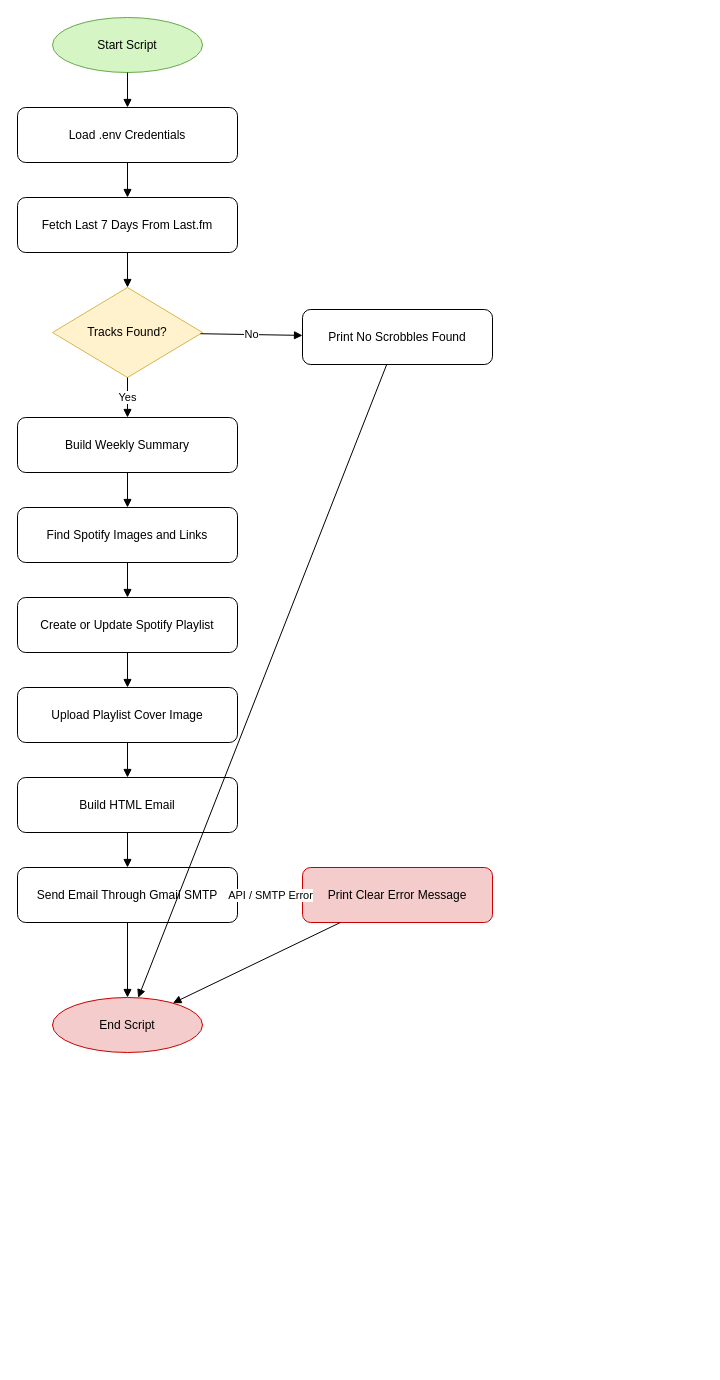
This is documents/detailed-activity-diagram.drawio from melih-yasar/WeeklySpotifyRecap, a draw.io file, before an edit. Source tidied: cells renumbered, new cells numbered last; positions are measured from the earlier drawing's top-left corner, leaving out a move shared by most shapes. Both pictures are drawn from the tidied source at 100%, with x=0, y=0 at pixel (17, 17).
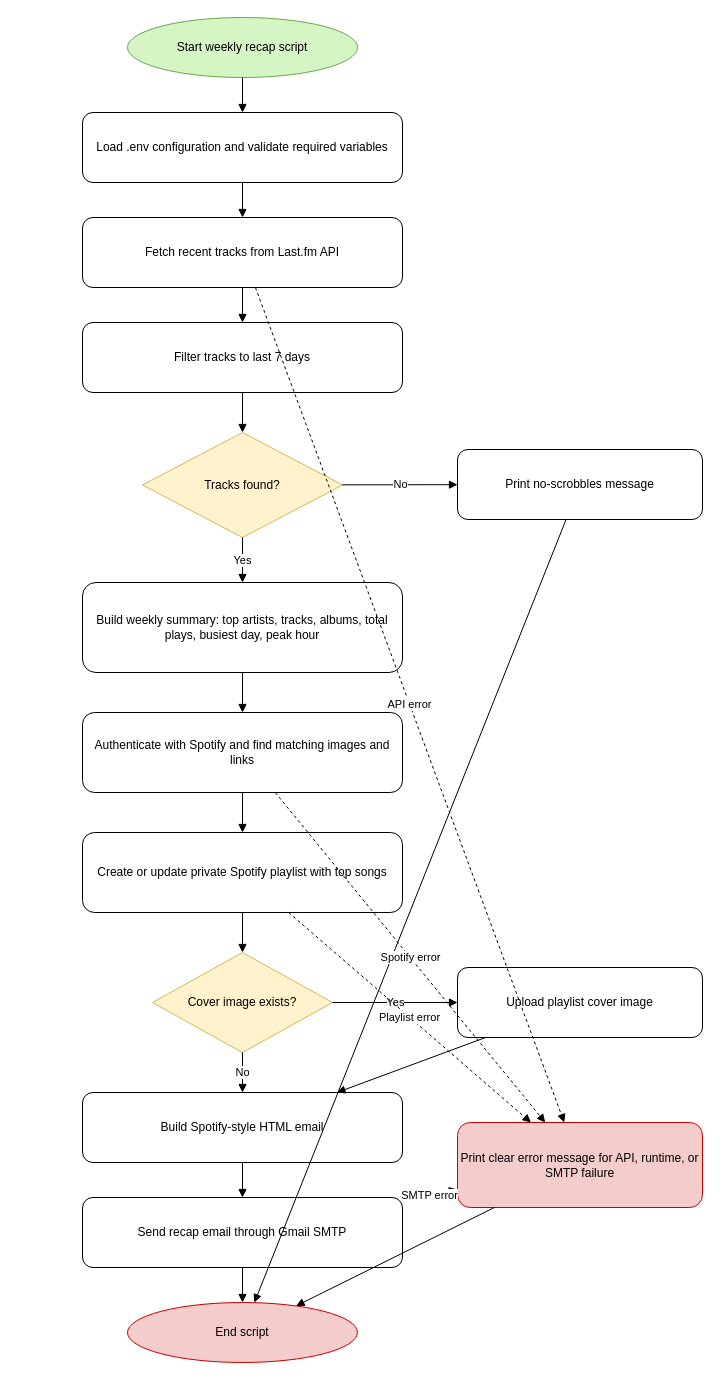
After the change.

Commit message (it also covers changes not shown here):
Improve design documentation diagrams

What changed in the source:
```diff
@@
-    <mxCell id="2" value="Start Script" style="ellipse;whiteSpace=wrap;html=1;fillColor=#d5f5c4;strokeColor=#6aa84f;fontColor=#000000;" parent="1" vertex="1">
-      <mxGeometry x="35" width="150" height="55" as="geometry" />
+    <mxCell id="2" value="Start weekly recap script" style="ellipse;whiteSpace=wrap;html=1;fillColor=#d5f5c4;strokeColor=#6aa84f;fontColor=#000000;" parent="1" vertex="1">
+      <mxGeometry x="110" width="230" height="60" as="geometry" />
     </mxCell>
-    <mxCell id="3" value="Load .env Credentials" style="rounded=1;whiteSpace=wrap;html=1;fillColor=#ffffff;strokeColor=#000000;fontColor=#000000;" parent="1" vertex="1">
-      <mxGeometry y="90" width="220" height="55" as="geometry" />
+    <mxCell id="3" value="Load .env configuration and validate required variables" style="rounded=1;whiteSpace=wrap;html=1;fillColor=#ffffff;strokeColor=#000000;fontColor=#000000;" parent="1" vertex="1">
+      <mxGeometry x="65" y="95" width="320" height="70" as="geometry" />
     </mxCell>
-    <mxCell id="4" value="Fetch Last 7 Days From Last.fm" style="rounded=1;whiteSpace=wrap;html=1;fillColor=#ffffff;strokeColor=#000000;fontColor=#000000;" parent="1" vertex="1">
-      <mxGeometry y="180" width="220" height="55" as="geometry" />
+    <mxCell id="4" value="Fetch recent tracks from Last.fm API" style="rounded=1;whiteSpace=wrap;html=1;fillColor=#ffffff;strokeColor=#000000;fontColor=#000000;" parent="1" vertex="1">
+      <mxGeometry x="65" y="200" width="320" height="70" as="geometry" />
     </mxCell>
+    <mxCell id="29" value="Filter tracks to last 7 days" style="rounded=1;whiteSpace=wrap;html=1;fillColor=#ffffff;strokeColor=#000000;fontColor=#000000;" parent="1" vertex="1">
+      <mxGeometry x="65" y="305" width="320" height="70" as="geometry" />
+    </mxCell>
-    <mxCell id="5" value="Tracks Found?" style="rhombus;whiteSpace=wrap;html=1;fillColor=#fff2cc;strokeColor=#d6b656;fontColor=#000000;" parent="1" vertex="1">
-      <mxGeometry x="35" y="270" width="150" height="90" as="geometry" />
+    <mxCell id="5" value="Tracks found?" style="rhombus;whiteSpace=wrap;html=1;fillColor=#fff2cc;strokeColor=#d6b656;fontColor=#000000;" parent="1" vertex="1">
+      <mxGeometry x="125" y="415" width="200" height="105" as="geometry" />
     </mxCell>
+    <mxCell id="13" value="Print no-scrobbles message" style="rounded=1;whiteSpace=wrap;html=1;fillColor=#ffffff;strokeColor=#000000;fontColor=#000000;" parent="1" vertex="1">
+      <mxGeometry x="440" y="432" width="245" height="70" as="geometry" />
+    </mxCell>
-    <mxCell id="6" value="Build Weekly Summary" style="rounded=1;whiteSpace=wrap;html=1;fillColor=#ffffff;strokeColor=#000000;fontColor=#000000;" parent="1" vertex="1">
-      <mxGeometry y="400" width="220" height="55" as="geometry" />
+    <mxCell id="6" value="Build weekly summary: top artists, tracks, albums, total plays, busiest day, peak hour" style="rounded=1;whiteSpace=wrap;html=1;fillColor=#ffffff;strokeColor=#000000;fontColor=#000000;" parent="1" vertex="1">
+      <mxGeometry x="65" y="565" width="320" height="90" as="geometry" />
     </mxCell>
-    <mxCell id="7" value="Find Spotify Images and Links" style="rounded=1;whiteSpace=wrap;html=1;fillColor=#ffffff;strokeColor=#000000;fontColor=#000000;" parent="1" vertex="1">
-      <mxGeometry y="490" width="220" height="55" as="geometry" />
-    </mxCell>
+    <mxCell id="30" value="Authenticate with Spotify and find matching images and links" style="rounded=1;whiteSpace=wrap;html=1;fillColor=#ffffff;strokeColor=#000000;fontColor=#000000;" parent="1" vertex="1">
+      <mxGeometry x="65" y="695" width="320" height="80" as="geometry" />
+    </mxCell>
-    <mxCell id="8" value="Create or Update Spotify Playlist" style="rounded=1;whiteSpace=wrap;html=1;fillColor=#ffffff;strokeColor=#000000;fontColor=#000000;" parent="1" vertex="1">
-      <mxGeometry y="580" width="220" height="55" as="geometry" />
+    <mxCell id="8" value="Create or update private Spotify playlist with top songs" style="rounded=1;whiteSpace=wrap;html=1;fillColor=#ffffff;strokeColor=#000000;fontColor=#000000;" parent="1" vertex="1">
+      <mxGeometry x="65" y="815" width="320" height="80" as="geometry" />
     </mxCell>
+    <mxCell id="31" value="Cover image exists?" style="rhombus;whiteSpace=wrap;html=1;fillColor=#fff2cc;strokeColor=#d6b656;fontColor=#000000;" parent="1" vertex="1">
+      <mxGeometry x="135" y="935" width="180" height="100" as="geometry" />
+    </mxCell>
-    <mxCell id="9" value="Upload Playlist Cover Image" style="rounded=1;whiteSpace=wrap;html=1;fillColor=#ffffff;strokeColor=#000000;fontColor=#000000;" parent="1" vertex="1">
-      <mxGeometry y="670" width="220" height="55" as="geometry" />
+    <mxCell id="9" value="Upload playlist cover image" style="rounded=1;whiteSpace=wrap;html=1;fillColor=#ffffff;strokeColor=#000000;fontColor=#000000;" parent="1" vertex="1">
+      <mxGeometry x="440" y="950" width="245" height="70" as="geometry" />
     </mxCell>
-    <mxCell id="10" value="Build HTML Email" style="rounded=1;whiteSpace=wrap;html=1;fillColor=#ffffff;strokeColor=#000000;fontColor=#000000;" parent="1" vertex="1">
-      <mxGeometry y="760" width="220" height="55" as="geometry" />
+    <mxCell id="10" value="Build Spotify-style HTML email" style="rounded=1;whiteSpace=wrap;html=1;fillColor=#ffffff;strokeColor=#000000;fontColor=#000000;" parent="1" vertex="1">
+      <mxGeometry x="65" y="1075" width="320" height="70" as="geometry" />
     </mxCell>
-    <mxCell id="11" value="Send Email Through Gmail SMTP" style="rounded=1;whiteSpace=wrap;html=1;fillColor=#ffffff;strokeColor=#000000;fontColor=#000000;" parent="1" vertex="1">
-      <mxGeometry y="850" width="220" height="55" as="geometry" />
+    <mxCell id="11" value="Send recap email through Gmail SMTP" style="rounded=1;whiteSpace=wrap;html=1;fillColor=#ffffff;strokeColor=#000000;fontColor=#000000;" parent="1" vertex="1">
+      <mxGeometry x="65" y="1180" width="320" height="70" as="geometry" />
     </mxCell>
-    <mxCell id="12" value="Print Clear Error Message" style="rounded=1;whiteSpace=wrap;html=1;fillColor=#f4cccc;strokeColor=#cc0000;fontColor=#000000;" parent="1" vertex="1">
-      <mxGeometry x="285" y="850" width="190" height="55" as="geometry" />
+    <mxCell id="12" value="Print clear error message for API, runtime, or SMTP failure" style="rounded=1;whiteSpace=wrap;html=1;fillColor=#f4cccc;strokeColor=#cc0000;fontColor=#000000;" parent="1" vertex="1">
+      <mxGeometry x="440" y="1105" width="245" height="85" as="geometry" />
     </mxCell>
-    <mxCell id="13" value="Print No Scrobbles Found" style="rounded=1;whiteSpace=wrap;html=1;fillColor=#ffffff;strokeColor=#000000;fontColor=#000000;" parent="1" vertex="1">
-      <mxGeometry x="285" y="292" width="190" height="55" as="geometry" />
-    </mxCell>
-    <mxCell id="14" value="End Script" style="ellipse;whiteSpace=wrap;html=1;fillColor=#f4cccc;strokeColor=#cc0000;fontColor=#000000;" parent="1" vertex="1">
-      <mxGeometry x="35" y="980" width="150" height="55" as="geometry" />
+    <mxCell id="14" value="End script" style="ellipse;whiteSpace=wrap;html=1;fillColor=#f4cccc;strokeColor=#cc0000;fontColor=#000000;" parent="1" vertex="1">
+      <mxGeometry x="110" y="1285" width="230" height="60" as="geometry" />
     </mxCell>
@@
-    <mxCell id="17" style="endArrow=block;html=1;rounded=0;" parent="1" edge="1" source="4" target="5">
+    <mxCell id="17" style="endArrow=block;html=1;rounded=0;" parent="1" edge="1" source="4" target="29">
       <mxGeometry relative="1" as="geometry" />
     </mxCell>
-    <mxCell id="18" value="Yes" style="endArrow=block;html=1;rounded=0;" parent="1" edge="1" source="5" target="6">
+    <mxCell id="18" style="endArrow=block;html=1;rounded=0;" parent="1" edge="1" source="29" target="5">
       <mxGeometry relative="1" as="geometry" />
     </mxCell>
-    <mxCell id="19" value="No" style="endArrow=block;html=1;rounded=0;" parent="1" edge="1" source="5" target="13">
+    <mxCell id="19" value="Yes" style="endArrow=block;html=1;rounded=0;" parent="1" edge="1" source="5" target="6">
       <mxGeometry relative="1" as="geometry" />
     </mxCell>
-    <mxCell id="20" style="endArrow=block;html=1;rounded=0;" parent="1" edge="1" source="6" target="7">
+    <mxCell id="20" value="No" style="endArrow=block;html=1;rounded=0;" parent="1" edge="1" source="5" target="13">
       <mxGeometry relative="1" as="geometry" />
     </mxCell>
-    <mxCell id="21" style="endArrow=block;html=1;rounded=0;" parent="1" edge="1" source="7" target="8">
+    <mxCell id="21" style="endArrow=block;html=1;rounded=0;" parent="1" edge="1" source="6" target="30">
       <mxGeometry relative="1" as="geometry" />
     </mxCell>
-    <mxCell id="22" style="endArrow=block;html=1;rounded=0;" parent="1" edge="1" source="8" target="9">
+    <mxCell id="22" style="endArrow=block;html=1;rounded=0;" parent="1" edge="1" source="30" target="8">
       <mxGeometry relative="1" as="geometry" />
     </mxCell>
-    <mxCell id="23" style="endArrow=block;html=1;rounded=0;" parent="1" edge="1" source="9" target="10">
+    <mxCell id="23" style="endArrow=block;html=1;rounded=0;" parent="1" edge="1" source="8" target="31">
       <mxGeometry relative="1" as="geometry" />
     </mxCell>
-    <mxCell id="24" style="endArrow=block;html=1;rounded=0;" parent="1" edge="1" source="10" target="11">
+    <mxCell id="24" value="Yes" style="endArrow=block;html=1;rounded=0;" parent="1" edge="1" source="31" target="9">
       <mxGeometry relative="1" as="geometry" />
     </mxCell>
-    <mxCell id="25" style="endArrow=block;html=1;rounded=0;" parent="1" edge="1" source="11" target="14">
+    <mxCell id="25" style="endArrow=block;html=1;rounded=0;" parent="1" edge="1" source="9" target="10">
       <mxGeometry relative="1" as="geometry" />
     </mxCell>
-    <mxCell id="26" style="endArrow=block;html=1;rounded=0;" parent="1" edge="1" source="13" target="14">
+    <mxCell id="26" value="No" style="endArrow=block;html=1;rounded=0;" parent="1" edge="1" source="31" target="10">
       <mxGeometry relative="1" as="geometry" />
     </mxCell>
-    <mxCell id="27" value="API / SMTP Error" style="endArrow=block;dashed=1;html=1;rounded=0;" parent="1" edge="1" source="11" target="12">
+    <mxCell id="27" style="endArrow=block;html=1;rounded=0;" parent="1" edge="1" source="10" target="11">
       <mxGeometry relative="1" as="geometry" />
     </mxCell>
-    <mxCell id="28" style="endArrow=block;html=1;rounded=0;" parent="1" edge="1" source="12" target="14">
+    <mxCell id="28" style="endArrow=block;html=1;rounded=0;" parent="1" edge="1" source="11" target="14">
       <mxGeometry relative="1" as="geometry" />
     </mxCell>
+    <mxCell id="32" style="endArrow=block;html=1;rounded=0;" parent="1" edge="1" source="13" target="14">
+      <mxGeometry relative="1" as="geometry" />
+    </mxCell>
+    <mxCell id="33" value="API error" style="endArrow=block;dashed=1;html=1;rounded=0;" parent="1" edge="1" source="4" target="12">
+      <mxGeometry relative="1" as="geometry" />
+    </mxCell>
+    <mxCell id="34" value="Spotify error" style="endArrow=block;dashed=1;html=1;rounded=0;" parent="1" edge="1" source="30" target="12">
+      <mxGeometry relative="1" as="geometry" />
+    </mxCell>
+    <mxCell id="35" value="Playlist error" style="endArrow=block;dashed=1;html=1;rounded=0;" parent="1" edge="1" source="8" target="12">
+      <mxGeometry relative="1" as="geometry" />
+    </mxCell>
+    <mxCell id="36" value="SMTP error" style="endArrow=block;dashed=1;html=1;rounded=0;" parent="1" edge="1" source="11" target="12">
+      <mxGeometry relative="1" as="geometry" />
+    </mxCell>
+    <mxCell id="37" style="endArrow=block;html=1;rounded=0;" parent="1" edge="1" source="12" target="14">
+      <mxGeometry relative="1" as="geometry" />
+    </mxCell>
```
